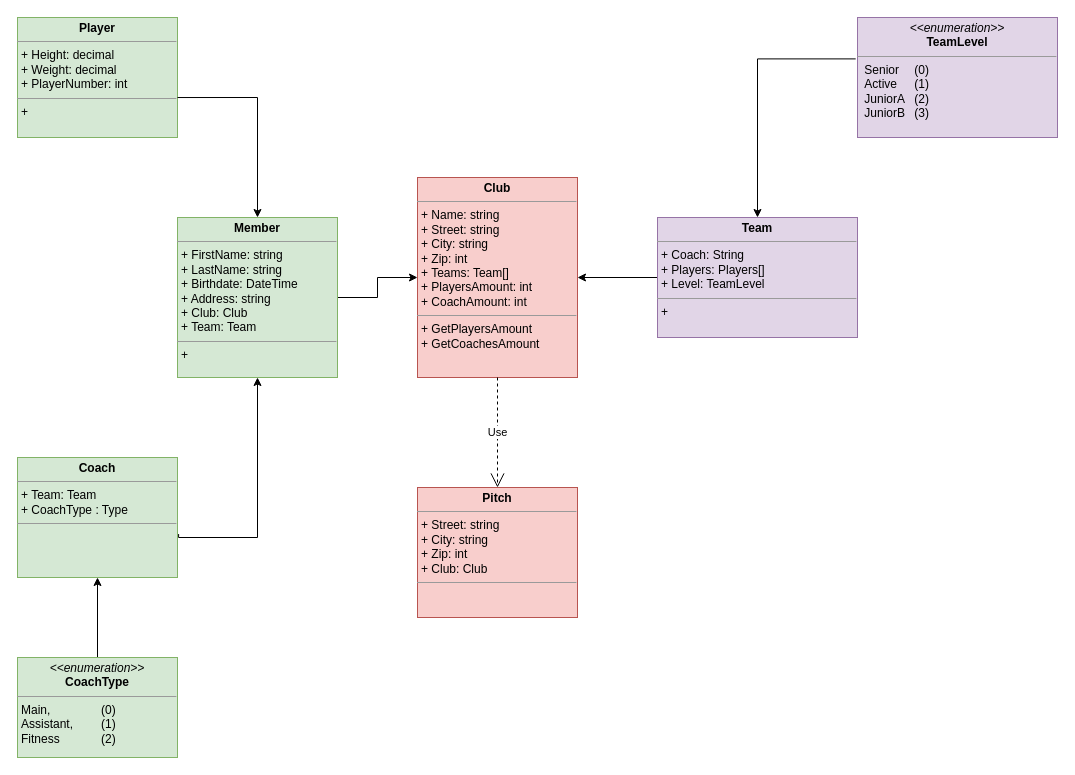
Before: docs/Klassendiagramm.drawio in harismkhan/ClubManagement, a draw.io diagram. Source tidied: cells renumbered, new cells numbered last; positions are measured from the earlier drawing's top-left corner, leaving out a move shared by most shapes. Both pictures are drawn from the tidied source at 100%, with x=0, y=0 at pixel (17, 17).
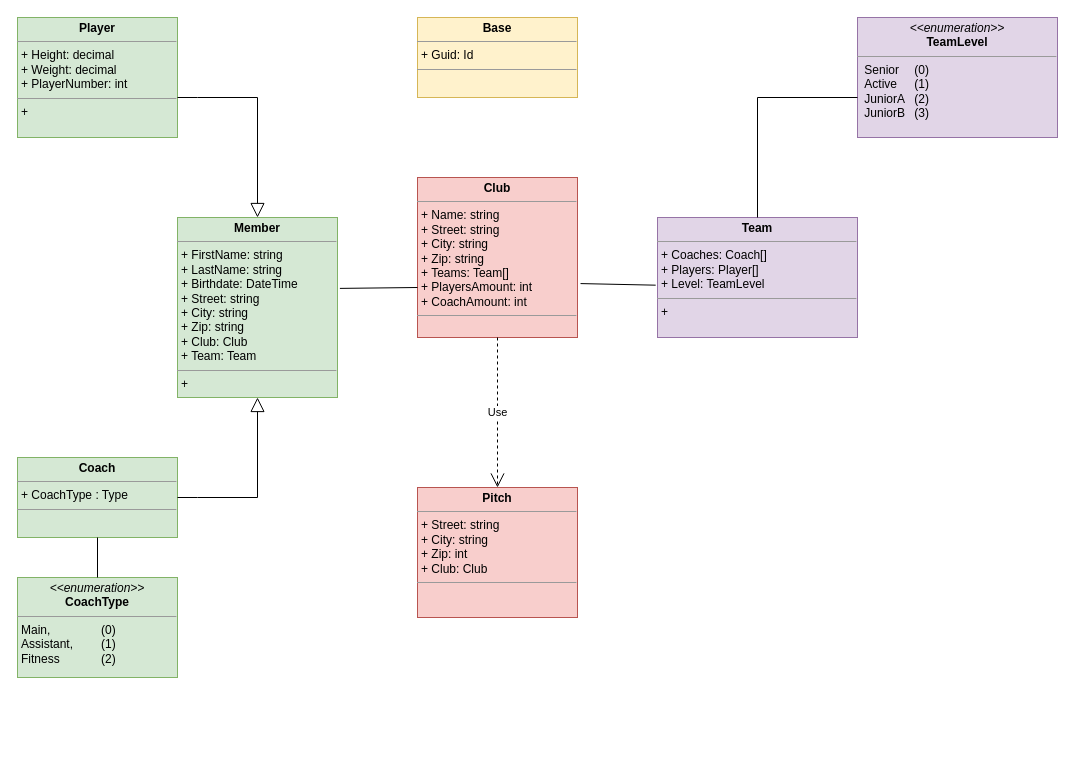
The same diagram, later.

Unchanged cells that the change refers to:
```xml
<mxCell id="6" value="&lt;p style=&quot;margin: 0px ; margin-top: 4px ; text-align: center&quot;&gt;&lt;i&gt;&amp;lt;&amp;lt;enumeration&amp;gt;&amp;gt;&lt;/i&gt;&lt;br&gt;&lt;b&gt;TeamLevel&lt;/b&gt;&lt;/p&gt;&lt;hr size=&quot;1&quot;&gt;&lt;p style=&quot;margin: 0px ; margin-left: 4px&quot;&gt;&amp;nbsp;Senior &lt;span style=&quot;white-space: pre&quot;&gt;&#9;&lt;/span&gt;(0)&lt;br&gt;&amp;nbsp;Active &lt;span style=&quot;white-space: pre&quot;&gt;&#9;&lt;/span&gt;(1)&lt;/p&gt;&lt;p style=&quot;margin: 0px ; margin-left: 4px&quot;&gt;&amp;nbsp;JuniorA &lt;span style=&quot;white-space: pre&quot;&gt;&#9;&lt;/span&gt;(2)&lt;/p&gt;&lt;p style=&quot;margin: 0px ; margin-left: 4px&quot;&gt;&amp;nbsp;JuniorB &lt;span style=&quot;white-space: pre&quot;&gt;&#9;&lt;/span&gt;(3)&lt;/p&gt;&lt;p style=&quot;margin: 0px ; margin-left: 4px&quot;&gt;&lt;br&gt;&lt;/p&gt;" style="verticalAlign=top;align=left;overflow=fill;fontSize=12;fontFamily=Helvetica;html=1;fillColor=#e1d5e7;strokeColor=#9673a6;" parent="1" vertex="1">
  <mxGeometry x="840" width="200" height="120" as="geometry" />
</mxCell>
<mxCell id="10" value="&lt;p style=&quot;margin: 0px ; margin-top: 4px ; text-align: center&quot;&gt;&lt;b&gt;Player&lt;/b&gt;&lt;/p&gt;&lt;hr size=&quot;1&quot;&gt;&lt;p style=&quot;margin: 0px ; margin-left: 4px&quot;&gt;+ Height: decimal&lt;/p&gt;&lt;p style=&quot;margin: 0px ; margin-left: 4px&quot;&gt;+ Weight: decimal&lt;/p&gt;&lt;p style=&quot;margin: 0px ; margin-left: 4px&quot;&gt;+ PlayerNumber: int&lt;/p&gt;&lt;hr size=&quot;1&quot;&gt;&lt;p style=&quot;margin: 0px ; margin-left: 4px&quot;&gt;+&amp;nbsp;&lt;/p&gt;" style="verticalAlign=top;align=left;overflow=fill;fontSize=12;fontFamily=Helvetica;html=1;fillColor=#d5e8d4;strokeColor=#82b366;" parent="1" vertex="1">
  <mxGeometry width="160" height="120" as="geometry" />
</mxCell>
```

The edit, as a diff of the source:
```diff
@@
-    <mxCell id="2" value="&lt;p style=&quot;margin: 0px ; margin-top: 4px ; text-align: center&quot;&gt;&lt;b&gt;Club&lt;/b&gt;&lt;/p&gt;&lt;hr size=&quot;1&quot;&gt;&lt;p style=&quot;margin: 0px ; margin-left: 4px&quot;&gt;+ Name: string&lt;/p&gt;&lt;p style=&quot;margin: 0px ; margin-left: 4px&quot;&gt;+ Street: string&lt;/p&gt;&lt;p style=&quot;margin: 0px 0px 0px 4px&quot;&gt;+ City: string&lt;/p&gt;&lt;div&gt;&lt;p style=&quot;margin: 0px 0px 0px 4px&quot;&gt;+ Zip: int&lt;/p&gt;&lt;/div&gt;&lt;p style=&quot;margin: 0px ; margin-left: 4px&quot;&gt;+ Teams: Team[]&lt;/p&gt;&lt;p style=&quot;margin: 0px ; margin-left: 4px&quot;&gt;+ PlayersAmount: int&lt;/p&gt;&lt;p style=&quot;margin: 0px ; margin-left: 4px&quot;&gt;+ CoachAmount: int&lt;/p&gt;&lt;hr size=&quot;1&quot;&gt;&lt;p style=&quot;margin: 0px ; margin-left: 4px&quot;&gt;+ GetPlayersAmount&lt;/p&gt;&lt;p style=&quot;margin: 0px ; margin-left: 4px&quot;&gt;+ GetCoachesAmount&lt;/p&gt;" style="verticalAlign=top;align=left;overflow=fill;fontSize=12;fontFamily=Helvetica;html=1;fillColor=#f8cecc;strokeColor=#b85450;" parent="1" vertex="1">
-      <mxGeometry x="400" y="160" width="160" height="200" as="geometry" />
+    <mxCell id="2" value="&lt;p style=&quot;margin: 0px ; margin-top: 4px ; text-align: center&quot;&gt;&lt;b&gt;Club&lt;/b&gt;&lt;/p&gt;&lt;hr size=&quot;1&quot;&gt;&lt;p style=&quot;margin: 0px ; margin-left: 4px&quot;&gt;+ Name: string&lt;/p&gt;&lt;p style=&quot;margin: 0px ; margin-left: 4px&quot;&gt;+ Street: string&lt;/p&gt;&lt;p style=&quot;margin: 0px 0px 0px 4px&quot;&gt;+ City: string&lt;/p&gt;&lt;div&gt;&lt;p style=&quot;margin: 0px 0px 0px 4px&quot;&gt;+ Zip: string&lt;/p&gt;&lt;/div&gt;&lt;p style=&quot;margin: 0px ; margin-left: 4px&quot;&gt;+ Teams: Team[]&lt;/p&gt;&lt;p style=&quot;margin: 0px ; margin-left: 4px&quot;&gt;+ PlayersAmount: int&lt;/p&gt;&lt;p style=&quot;margin: 0px ; margin-left: 4px&quot;&gt;+ CoachAmount: int&lt;/p&gt;&lt;hr size=&quot;1&quot;&gt;&lt;p style=&quot;margin: 0px ; margin-left: 4px&quot;&gt;&lt;br&gt;&lt;/p&gt;" style="verticalAlign=top;align=left;overflow=fill;fontSize=12;fontFamily=Helvetica;html=1;fillColor=#f8cecc;strokeColor=#b85450;" parent="1" vertex="1">
+      <mxGeometry x="400" y="160" width="160" height="160" as="geometry" />
     </mxCell>
@@
-    <mxCell id="4" style="edgeStyle=orthogonalEdgeStyle;rounded=0;jettySize=auto;html=1;" parent="1" edge="1" source="5" target="2">
-      <mxGeometry relative="1" as="geometry" />
-    </mxCell>
-    <mxCell id="5" value="&lt;p style=&quot;margin: 0px ; margin-top: 4px ; text-align: center&quot;&gt;&lt;b&gt;Team&lt;/b&gt;&lt;/p&gt;&lt;hr size=&quot;1&quot;&gt;&lt;p style=&quot;margin: 0px ; margin-left: 4px&quot;&gt;+ Coach: String&lt;/p&gt;&lt;p style=&quot;margin: 0px ; margin-left: 4px&quot;&gt;+ Players: Players[]&lt;/p&gt;&lt;p style=&quot;margin: 0px ; margin-left: 4px&quot;&gt;+ Level: TeamLevel&lt;/p&gt;&lt;hr size=&quot;1&quot;&gt;&lt;p style=&quot;margin: 0px ; margin-left: 4px&quot;&gt;+&amp;nbsp;&lt;/p&gt;" style="verticalAlign=top;align=left;overflow=fill;fontSize=12;fontFamily=Helvetica;html=1;fillColor=#e1d5e7;strokeColor=#9673a6;" parent="1" vertex="1">
+    <mxCell id="5" value="&lt;p style=&quot;margin: 0px ; margin-top: 4px ; text-align: center&quot;&gt;&lt;b&gt;Team&lt;/b&gt;&lt;/p&gt;&lt;hr size=&quot;1&quot;&gt;&lt;p style=&quot;margin: 0px ; margin-left: 4px&quot;&gt;+ Coaches: Coach[]&lt;/p&gt;&lt;p style=&quot;margin: 0px ; margin-left: 4px&quot;&gt;+ Players: Player[]&lt;/p&gt;&lt;p style=&quot;margin: 0px ; margin-left: 4px&quot;&gt;+ Level: TeamLevel&lt;/p&gt;&lt;hr size=&quot;1&quot;&gt;&lt;p style=&quot;margin: 0px ; margin-left: 4px&quot;&gt;+&amp;nbsp;&lt;/p&gt;" style="verticalAlign=top;align=left;overflow=fill;fontSize=12;fontFamily=Helvetica;html=1;fillColor=#e1d5e7;strokeColor=#9673a6;" parent="1" vertex="1">
       <mxGeometry x="640" y="200" width="200" height="120" as="geometry" />
     </mxCell>
@@
-    <mxCell id="7" style="edgeStyle=orthogonalEdgeStyle;rounded=0;jettySize=auto;html=1;" parent="1" edge="1" source="8" target="2">
-      <mxGeometry relative="1" as="geometry" />
-    </mxCell>
-    <mxCell id="8" value="&lt;p style=&quot;margin: 0px ; margin-top: 4px ; text-align: center&quot;&gt;&lt;b&gt;Member&lt;/b&gt;&lt;/p&gt;&lt;hr size=&quot;1&quot;&gt;&lt;p style=&quot;margin: 0px ; margin-left: 4px&quot;&gt;+ FirstName: string&lt;/p&gt;&lt;p style=&quot;margin: 0px ; margin-left: 4px&quot;&gt;+ LastName: string&lt;/p&gt;&lt;p style=&quot;margin: 0px ; margin-left: 4px&quot;&gt;+ Birthdate: DateTime&lt;/p&gt;&lt;p style=&quot;margin: 0px ; margin-left: 4px&quot;&gt;+ Address: string&lt;/p&gt;&lt;p style=&quot;margin: 0px ; margin-left: 4px&quot;&gt;+ Club: Club&lt;/p&gt;&lt;p style=&quot;margin: 0px ; margin-left: 4px&quot;&gt;+ Team: Team&lt;/p&gt;&lt;hr size=&quot;1&quot;&gt;&lt;p style=&quot;margin: 0px ; margin-left: 4px&quot;&gt;+&amp;nbsp;&lt;/p&gt;" style="verticalAlign=top;align=left;overflow=fill;fontSize=12;fontFamily=Helvetica;html=1;fillColor=#d5e8d4;strokeColor=#82b366;" parent="1" vertex="1">
-      <mxGeometry x="160" y="200" width="160" height="160" as="geometry" />
+    <mxCell id="8" value="&lt;p style=&quot;margin: 0px ; margin-top: 4px ; text-align: center&quot;&gt;&lt;b&gt;Member&lt;/b&gt;&lt;/p&gt;&lt;hr size=&quot;1&quot;&gt;&lt;p style=&quot;margin: 0px ; margin-left: 4px&quot;&gt;+ FirstName: string&lt;/p&gt;&lt;p style=&quot;margin: 0px ; margin-left: 4px&quot;&gt;+ LastName: string&lt;/p&gt;&lt;p style=&quot;margin: 0px ; margin-left: 4px&quot;&gt;+ Birthdate: DateTime&lt;/p&gt;&lt;p style=&quot;margin: 0px 0px 0px 4px&quot;&gt;+ Street: string&lt;/p&gt;&lt;p style=&quot;margin: 0px 0px 0px 4px&quot;&gt;+ City: string&lt;/p&gt;&lt;p style=&quot;margin: 0px ; margin-left: 4px&quot;&gt;&lt;span&gt;+ Zip: string&lt;/span&gt;&lt;/p&gt;&lt;p style=&quot;margin: 0px ; margin-left: 4px&quot;&gt;&lt;span&gt;+ Club: Club&lt;/span&gt;&lt;br&gt;&lt;/p&gt;&lt;p style=&quot;margin: 0px ; margin-left: 4px&quot;&gt;+ Team: Team&lt;/p&gt;&lt;hr size=&quot;1&quot;&gt;&lt;p style=&quot;margin: 0px ; margin-left: 4px&quot;&gt;+&amp;nbsp;&lt;/p&gt;" style="verticalAlign=top;align=left;overflow=fill;fontSize=12;fontFamily=Helvetica;html=1;fillColor=#d5e8d4;strokeColor=#82b366;" parent="1" vertex="1">
+      <mxGeometry x="160" y="200" width="160" height="180" as="geometry" />
     </mxCell>
-    <mxCell id="9" value="&lt;p style=&quot;margin: 0px ; margin-top: 4px ; text-align: center&quot;&gt;&lt;b&gt;Coach&lt;/b&gt;&lt;/p&gt;&lt;hr size=&quot;1&quot;&gt;&lt;p style=&quot;margin: 0px ; margin-left: 4px&quot;&gt;+ Team: Team&lt;/p&gt;&lt;p style=&quot;margin: 0px ; margin-left: 4px&quot;&gt;+ CoachType : Type&amp;nbsp;&lt;/p&gt;&lt;hr size=&quot;1&quot;&gt;&lt;p style=&quot;margin: 0px 0px 0px 4px&quot;&gt;&lt;br&gt;&lt;/p&gt;" style="verticalAlign=top;align=left;overflow=fill;fontSize=12;fontFamily=Helvetica;html=1;fillColor=#d5e8d4;strokeColor=#82b366;" parent="1" vertex="1">
-      <mxGeometry y="440" width="160" height="120" as="geometry" />
+    <mxCell id="9" value="&lt;p style=&quot;margin: 0px ; margin-top: 4px ; text-align: center&quot;&gt;&lt;b&gt;Coach&lt;/b&gt;&lt;/p&gt;&lt;hr size=&quot;1&quot;&gt;&lt;p style=&quot;margin: 0px ; margin-left: 4px&quot;&gt;&lt;span&gt;+ CoachType : Type&amp;nbsp;&lt;/span&gt;&lt;br&gt;&lt;/p&gt;&lt;hr size=&quot;1&quot;&gt;&lt;p style=&quot;margin: 0px 0px 0px 4px&quot;&gt;&lt;br&gt;&lt;/p&gt;" style="verticalAlign=top;align=left;overflow=fill;fontSize=12;fontFamily=Helvetica;html=1;fillColor=#d5e8d4;strokeColor=#82b366;" parent="1" vertex="1">
+      <mxGeometry y="440" width="160" height="80" as="geometry" />
     </mxCell>
@@
-    <mxCell id="12" style="edgeStyle=orthogonalEdgeStyle;rounded=0;jettySize=auto;html=1;" parent="1" edge="1" source="13" target="9">
-      <mxGeometry relative="1" as="geometry" />
-    </mxCell>
     <mxCell id="13" value="&lt;p style=&quot;margin: 0px ; margin-top: 4px ; text-align: center&quot;&gt;&lt;i&gt;&amp;lt;&amp;lt;enumeration&amp;gt;&amp;gt;&lt;/i&gt;&lt;br&gt;&lt;b&gt;CoachType&lt;/b&gt;&lt;/p&gt;&lt;hr size=&quot;1&quot;&gt;&lt;p style=&quot;margin: 0px ; margin-left: 4px&quot;&gt;Main,&lt;span style=&quot;white-space: pre&quot;&gt;&#9;&lt;span style=&quot;white-space: pre&quot;&gt;&#9;&lt;/span&gt;&lt;/span&gt;(0)&lt;/p&gt;&lt;p style=&quot;margin: 0px ; margin-left: 4px&quot;&gt;Assistant,&lt;span style=&quot;white-space: pre&quot;&gt;&#9;&lt;/span&gt;(1)&lt;/p&gt;&lt;p style=&quot;margin: 0px ; margin-left: 4px&quot;&gt;Fitness&lt;span style=&quot;white-space: pre&quot;&gt;&#9;&lt;/span&gt;&lt;span style=&quot;white-space: pre&quot;&gt;&#9;&lt;/span&gt;(2)&lt;/p&gt;" style="verticalAlign=top;align=left;overflow=fill;fontSize=12;fontFamily=Helvetica;html=1;fillColor=#d5e8d4;strokeColor=#82b366;" parent="1" vertex="1">
-      <mxGeometry y="640" width="160" height="100" as="geometry" />
+      <mxGeometry y="560" width="160" height="100" as="geometry" />
     </mxCell>
-    <mxCell id="14" style="edgeStyle=orthogonalEdgeStyle;rounded=0;jettySize=auto;html=1;exitX=-0.009;exitY=0.345;exitDx=0;exitDy=0;exitPerimeter=0;entryX=0.5;entryY=0;entryDx=0;entryDy=0;" parent="1" edge="1" source="6" target="5">
-      <mxGeometry relative="1" as="geometry">
-        <Array as="points">
-          <mxPoint x="740" y="41" />
-        </Array>
-      </mxGeometry>
-    </mxCell>
-    <mxCell id="15" style="edgeStyle=orthogonalEdgeStyle;rounded=0;jettySize=auto;html=1;exitX=1.007;exitY=0.638;exitDx=0;exitDy=0;exitPerimeter=0;entryX=0.5;entryY=1;entryDx=0;entryDy=0;" parent="1" edge="1" source="9" target="8">
+    <mxCell id="15" style="edgeStyle=none;html=1;endSize=12;endArrow=block;endFill=0;rounded=0;entryX=0.5;entryY=1;entryDx=0;entryDy=0;exitX=1;exitY=0.5;exitDx=0;exitDy=0;" parent="1" edge="1" source="9" target="8">
       <mxGeometry relative="1" as="geometry">
         <Array as="points">
-          <mxPoint x="161" y="520" />
-          <mxPoint x="240" y="520" />
+          <mxPoint x="180" y="480" />
+          <mxPoint x="240" y="480" />
         </Array>
       </mxGeometry>
     </mxCell>
-    <mxCell id="16" style="edgeStyle=orthogonalEdgeStyle;rounded=0;jettySize=auto;html=1;exitX=1;exitY=0.667;exitDx=0;exitDy=0;exitPerimeter=0;entryX=0.5;entryY=0;entryDx=0;entryDy=0;" parent="1" edge="1" source="10">
-      <mxGeometry relative="1" as="geometry">
-        <mxPoint x="240" y="200" as="targetPoint" />
-        <Array as="points">
-          <mxPoint x="240" y="80" />
-        </Array>
-      </mxGeometry>
-    </mxCell>
+    <mxCell id="17" style="edgeStyle=none;html=1;endSize=12;endArrow=block;endFill=0;rounded=0;entryX=0.5;entryY=0;entryDx=0;entryDy=0;exitX=1;exitY=0.5;exitDx=0;exitDy=0;" parent="1" edge="1" target="8">
+      <mxGeometry relative="1" as="geometry">
+        <mxPoint x="160" y="80" as="sourcePoint" />
+        <Array as="points">
+          <mxPoint x="180" y="80" />
+          <mxPoint x="240" y="80" />
+        </Array>
+      </mxGeometry>
+    </mxCell>
+    <mxCell id="18" style="endArrow=none;html=1;rounded=0;exitX=0.5;exitY=0;exitDx=0;exitDy=0;" parent="1" edge="1" source="5">
+      <mxGeometry relative="1" as="geometry">
+        <mxPoint x="840" y="80" as="targetPoint" />
+        <Array as="points">
+          <mxPoint x="740" y="80" />
+        </Array>
+      </mxGeometry>
+    </mxCell>
+    <mxCell id="19" style="endArrow=none;html=1;rounded=0;exitX=0.5;exitY=1;exitDx=0;exitDy=0;entryX=0.5;entryY=0;entryDx=0;entryDy=0;" parent="1" edge="1" source="9" target="13">
+      <mxGeometry relative="1" as="geometry" />
+    </mxCell>
+    <mxCell id="4" style="endArrow=none;html=1;rounded=0;exitX=-0.009;exitY=0.564;exitDx=0;exitDy=0;exitPerimeter=0;entryX=1.019;entryY=0.663;entryDx=0;entryDy=0;entryPerimeter=0;" parent="1" edge="1" source="5" target="2">
+      <mxGeometry relative="1" as="geometry" />
+    </mxCell>
+    <mxCell id="20" style="endArrow=none;html=1;rounded=0;exitX=-0.001;exitY=0.411;exitDx=0;exitDy=0;exitPerimeter=0;entryX=1.014;entryY=0.564;entryDx=0;entryDy=0;entryPerimeter=0;" parent="1" edge="1">
+      <mxGeometry relative="1" as="geometry">
+        <mxPoint x="400" y="270" as="sourcePoint" />
+        <mxPoint x="322.4" y="270.9" as="targetPoint" />
+      </mxGeometry>
+    </mxCell>
+    <mxCell id="21" value="&lt;p style=&quot;margin: 0px ; margin-top: 4px ; text-align: center&quot;&gt;&lt;b&gt;Base&lt;/b&gt;&lt;/p&gt;&lt;hr size=&quot;1&quot;&gt;&lt;p style=&quot;margin: 0px ; margin-left: 4px&quot;&gt;+ Guid: Id&lt;/p&gt;&lt;hr size=&quot;1&quot;&gt;&lt;p style=&quot;margin: 0px ; margin-left: 4px&quot;&gt;&lt;br&gt;&lt;/p&gt;" style="verticalAlign=top;align=left;overflow=fill;fontSize=12;fontFamily=Helvetica;html=1;fillColor=#fff2cc;strokeColor=#d6b656;" parent="1" vertex="1">
+      <mxGeometry x="400" width="160" height="80" as="geometry" />
+    </mxCell>
```
